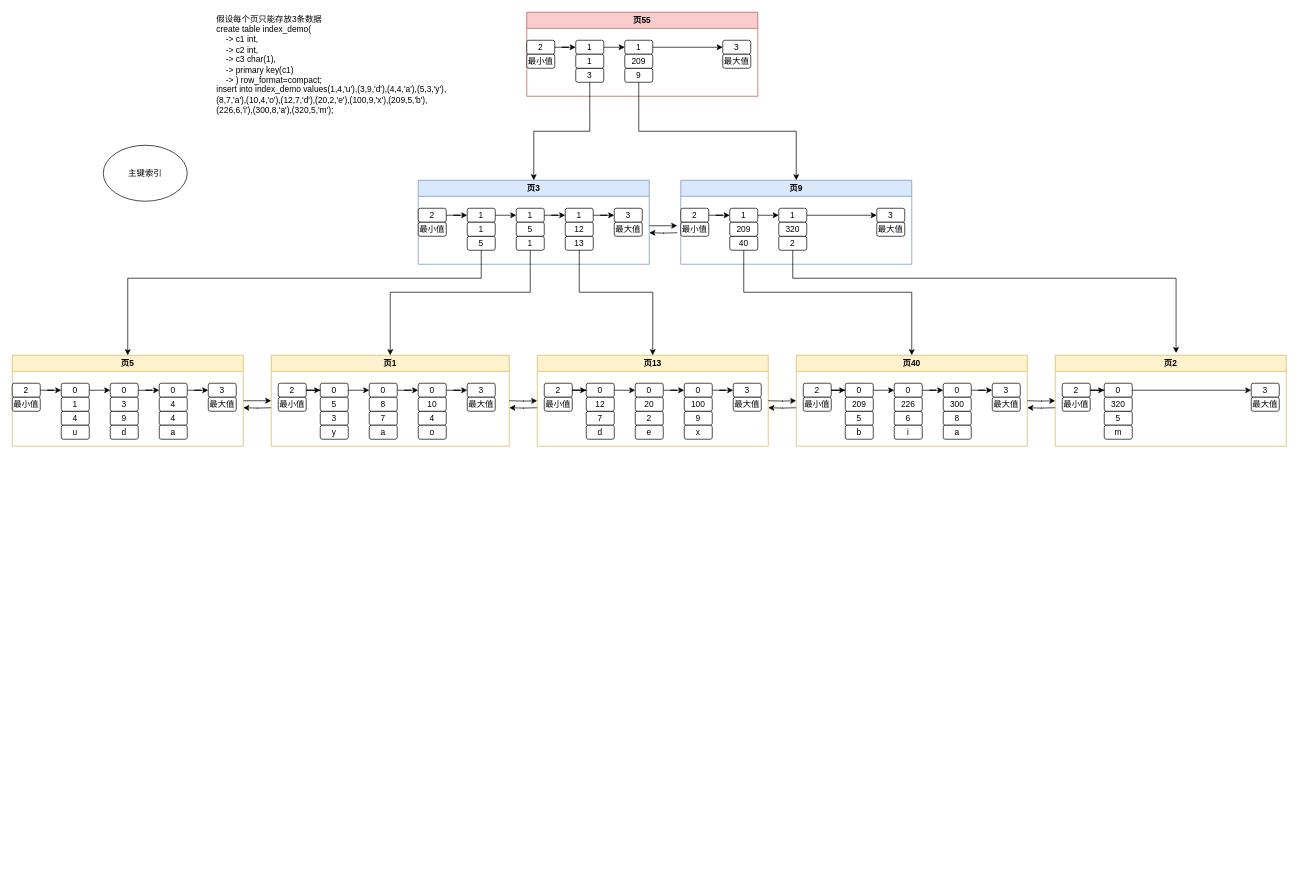
This is pagerelation.drawio from wqfgithub/drawio, a draw.io file, before an edit. Source tidied: cells renumbered, new cells numbered last; positions are measured from the earlier drawing's top-left corner, leaving out a move shared by most shapes. Both pictures are drawn from the tidied source at 70%, with x=0, y=0 at pixel (12, 12).
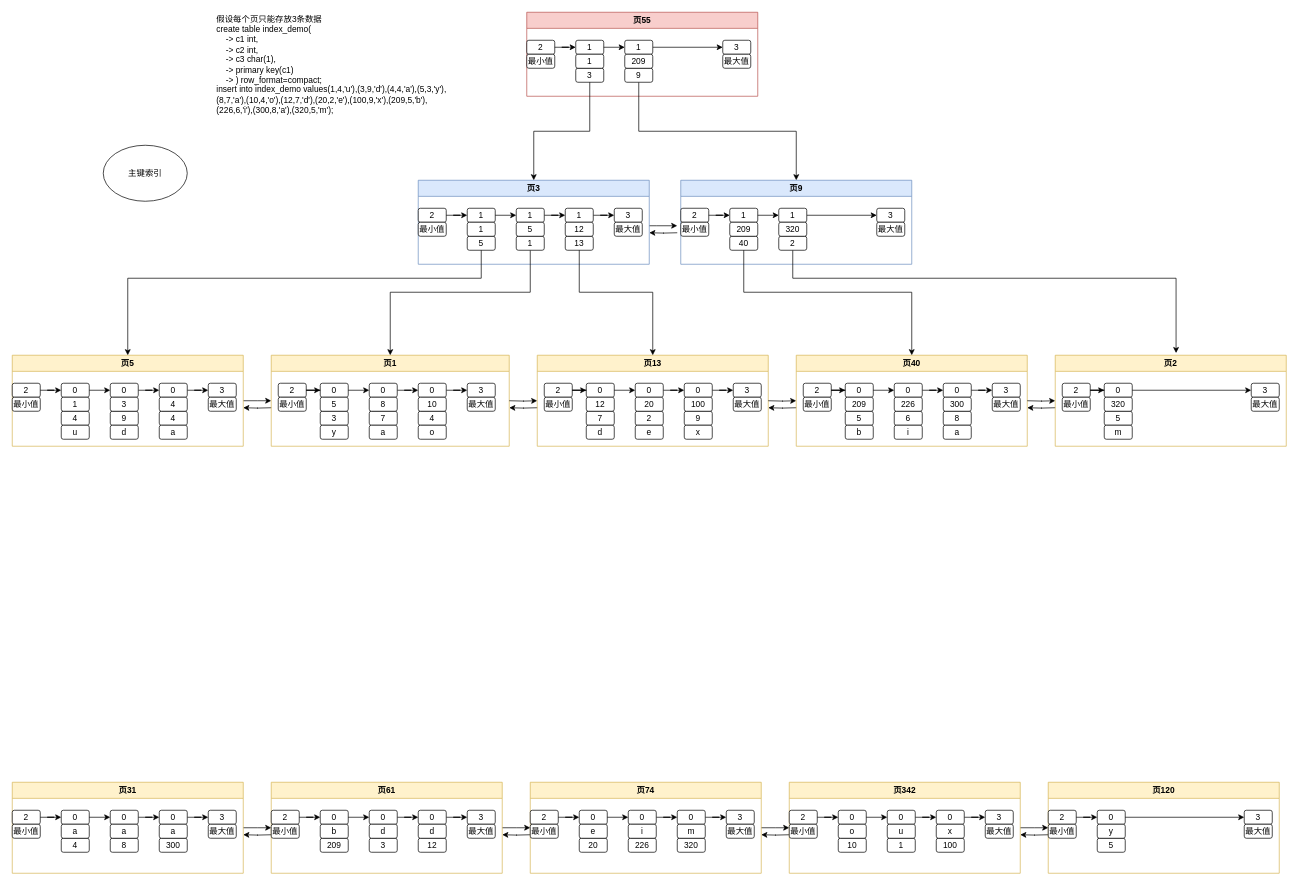
After the change.

The edit, as a diff of the source:
```diff
@@
+    <mxCell id="162" style="edgeStyle=orthogonalEdgeStyle;rounded=0;jettySize=auto;html=1;" parent="1" edge="1" source="163">
+      <mxGeometry relative="1" as="geometry">
+        <mxPoint x="370" y="1165" as="targetPoint" />
+      </mxGeometry>
+    </mxCell>
+    <mxCell id="163" value="页31" style="swimlane;fillColor=#fff2cc;strokeColor=#d6b656;" parent="1" vertex="1">
+      <mxGeometry y="1100" width="330" height="130" as="geometry" />
+    </mxCell>
+    <mxCell id="164" value="0" style="rounded=1;whiteSpace=wrap;html=1;" parent="163" vertex="1">
+      <mxGeometry x="70" y="40" width="40" height="20" as="geometry" />
+    </mxCell>
+    <mxCell id="165" value="4" style="rounded=1;whiteSpace=wrap;html=1;" parent="163" vertex="1">
+      <mxGeometry x="70" y="80" width="40" height="20" as="geometry" />
+    </mxCell>
+    <mxCell id="166" style="edgeStyle=orthogonalEdgeStyle;rounded=0;jettySize=auto;html=1;" parent="163" edge="1" source="167" target="170">
+      <mxGeometry relative="1" as="geometry" />
+    </mxCell>
+    <mxCell id="167" value="0" style="rounded=1;whiteSpace=wrap;html=1;" parent="163" vertex="1">
+      <mxGeometry x="210" y="40" width="40" height="20" as="geometry" />
+    </mxCell>
+    <mxCell id="168" value="300" style="rounded=1;whiteSpace=wrap;html=1;" parent="163" vertex="1">
+      <mxGeometry x="210" y="80" width="40" height="20" as="geometry" />
+    </mxCell>
+    <mxCell id="169" value="a" style="rounded=1;whiteSpace=wrap;html=1;" parent="163" vertex="1">
+      <mxGeometry x="210" y="60" width="40" height="20" as="geometry" />
+    </mxCell>
+    <mxCell id="170" value="3" style="rounded=1;whiteSpace=wrap;html=1;" parent="163" vertex="1">
+      <mxGeometry x="280" y="40" width="40" height="20" as="geometry" />
+    </mxCell>
+    <mxCell id="171" value="2" style="rounded=1;whiteSpace=wrap;html=1;" parent="163" vertex="1">
+      <mxGeometry y="40" width="40" height="20" as="geometry" />
+    </mxCell>
+    <mxCell id="172" style="edgeStyle=orthogonalEdgeStyle;rounded=0;jettySize=auto;html=1;entryX=0;entryY=0.5;entryDx=0;entryDy=0;" parent="163" edge="1" source="171" target="164">
+      <mxGeometry relative="1" as="geometry" />
+    </mxCell>
+    <mxCell id="173" value="最小值" style="rounded=1;whiteSpace=wrap;html=1;" parent="163" vertex="1">
+      <mxGeometry y="60" width="40" height="20" as="geometry" />
+    </mxCell>
+    <mxCell id="174" value="最大值" style="rounded=1;whiteSpace=wrap;html=1;" parent="163" vertex="1">
+      <mxGeometry x="280" y="60" width="40" height="20" as="geometry" />
+    </mxCell>
+    <mxCell id="175" value="a" style="rounded=1;whiteSpace=wrap;html=1;" parent="1" vertex="1">
+      <mxGeometry x="70" y="1160" width="40" height="20" as="geometry" />
+    </mxCell>
+    <mxCell id="176" style="edgeStyle=orthogonalEdgeStyle;rounded=0;jettySize=auto;html=1;entryX=0;entryY=0.5;entryDx=0;entryDy=0;" parent="1" edge="1" source="177" target="167">
+      <mxGeometry relative="1" as="geometry" />
+    </mxCell>
+    <mxCell id="177" value="0" style="rounded=1;whiteSpace=wrap;html=1;" parent="1" vertex="1">
+      <mxGeometry x="140" y="1140" width="40" height="20" as="geometry" />
+    </mxCell>
+    <mxCell id="178" value="8" style="rounded=1;whiteSpace=wrap;html=1;" parent="1" vertex="1">
+      <mxGeometry x="140" y="1180" width="40" height="20" as="geometry" />
+    </mxCell>
+    <mxCell id="179" value="a" style="rounded=1;whiteSpace=wrap;html=1;" parent="1" vertex="1">
+      <mxGeometry x="140" y="1160" width="40" height="20" as="geometry" />
+    </mxCell>
+    <mxCell id="180" style="edgeStyle=orthogonalEdgeStyle;rounded=0;jettySize=auto;html=1;" parent="1" edge="1" source="164">
+      <mxGeometry relative="1" as="geometry">
+        <mxPoint x="140" y="1150" as="targetPoint" />
+        <Array as="points">
+          <mxPoint x="140" y="1150" />
+        </Array>
+      </mxGeometry>
+    </mxCell>
+    <mxCell id="181" style="edgeStyle=orthogonalEdgeStyle;rounded=0;orthogonalLoop=1;jettySize=auto;html=1;" parent="1" edge="1">
+      <mxGeometry relative="1" as="geometry">
+        <mxPoint x="370" y="1175" as="sourcePoint" />
+        <mxPoint x="330" y="1175" as="targetPoint" />
+      </mxGeometry>
+    </mxCell>
+    <mxCell id="182" style="edgeStyle=orthogonalEdgeStyle;rounded=0;jettySize=auto;html=1;" parent="1" edge="1" source="183">
+      <mxGeometry relative="1" as="geometry">
+        <mxPoint x="740" y="1165" as="targetPoint" />
+      </mxGeometry>
+    </mxCell>
+    <mxCell id="183" value="页61" style="swimlane;fillColor=#fff2cc;strokeColor=#d6b656;" parent="1" vertex="1">
+      <mxGeometry x="370" y="1100" width="330" height="130" as="geometry" />
+    </mxCell>
+    <mxCell id="184" value="0" style="rounded=1;whiteSpace=wrap;html=1;" parent="183" vertex="1">
+      <mxGeometry x="70" y="40" width="40" height="20" as="geometry" />
+    </mxCell>
+    <mxCell id="185" value="209" style="rounded=1;whiteSpace=wrap;html=1;" parent="183" vertex="1">
+      <mxGeometry x="70" y="80" width="40" height="20" as="geometry" />
+    </mxCell>
+    <mxCell id="186" style="edgeStyle=orthogonalEdgeStyle;rounded=0;jettySize=auto;html=1;" parent="183" edge="1" source="187" target="190">
+      <mxGeometry relative="1" as="geometry" />
+    </mxCell>
+    <mxCell id="187" value="0" style="rounded=1;whiteSpace=wrap;html=1;" parent="183" vertex="1">
+      <mxGeometry x="210" y="40" width="40" height="20" as="geometry" />
+    </mxCell>
+    <mxCell id="188" value="12" style="rounded=1;whiteSpace=wrap;html=1;" parent="183" vertex="1">
+      <mxGeometry x="210" y="80" width="40" height="20" as="geometry" />
+    </mxCell>
+    <mxCell id="189" value="d" style="rounded=1;whiteSpace=wrap;html=1;" parent="183" vertex="1">
+      <mxGeometry x="210" y="60" width="40" height="20" as="geometry" />
+    </mxCell>
+    <mxCell id="190" value="3" style="rounded=1;whiteSpace=wrap;html=1;" parent="183" vertex="1">
+      <mxGeometry x="280" y="40" width="40" height="20" as="geometry" />
+    </mxCell>
+    <mxCell id="191" value="2" style="rounded=1;whiteSpace=wrap;html=1;" parent="183" vertex="1">
+      <mxGeometry y="40" width="40" height="20" as="geometry" />
+    </mxCell>
+    <mxCell id="192" style="edgeStyle=orthogonalEdgeStyle;rounded=0;jettySize=auto;html=1;entryX=0;entryY=0.5;entryDx=0;entryDy=0;" parent="183" edge="1" source="191" target="184">
+      <mxGeometry relative="1" as="geometry" />
+    </mxCell>
+    <mxCell id="193" value="最小值" style="rounded=1;whiteSpace=wrap;html=1;" parent="183" vertex="1">
+      <mxGeometry y="60" width="40" height="20" as="geometry" />
+    </mxCell>
+    <mxCell id="194" value="最大值" style="rounded=1;whiteSpace=wrap;html=1;" parent="183" vertex="1">
+      <mxGeometry x="280" y="60" width="40" height="20" as="geometry" />
+    </mxCell>
+    <mxCell id="195" value="b" style="rounded=1;whiteSpace=wrap;html=1;" parent="1" vertex="1">
+      <mxGeometry x="440" y="1160" width="40" height="20" as="geometry" />
+    </mxCell>
+    <mxCell id="196" style="edgeStyle=orthogonalEdgeStyle;rounded=0;jettySize=auto;html=1;entryX=0;entryY=0.5;entryDx=0;entryDy=0;" parent="1" edge="1" source="197" target="187">
+      <mxGeometry relative="1" as="geometry" />
+    </mxCell>
+    <mxCell id="197" value="0" style="rounded=1;whiteSpace=wrap;html=1;" parent="1" vertex="1">
+      <mxGeometry x="510" y="1140" width="40" height="20" as="geometry" />
+    </mxCell>
+    <mxCell id="198" value="3" style="rounded=1;whiteSpace=wrap;html=1;" parent="1" vertex="1">
+      <mxGeometry x="510" y="1180" width="40" height="20" as="geometry" />
+    </mxCell>
+    <mxCell id="199" value="d" style="rounded=1;whiteSpace=wrap;html=1;" parent="1" vertex="1">
+      <mxGeometry x="510" y="1160" width="40" height="20" as="geometry" />
+    </mxCell>
+    <mxCell id="200" style="edgeStyle=orthogonalEdgeStyle;rounded=0;jettySize=auto;html=1;" parent="1" edge="1" source="184">
+      <mxGeometry relative="1" as="geometry">
+        <mxPoint x="510" y="1150" as="targetPoint" />
+        <Array as="points">
+          <mxPoint x="510" y="1150" />
+        </Array>
+      </mxGeometry>
+    </mxCell>
+    <mxCell id="201" style="edgeStyle=orthogonalEdgeStyle;rounded=0;orthogonalLoop=1;jettySize=auto;html=1;" parent="1" edge="1">
+      <mxGeometry relative="1" as="geometry">
+        <mxPoint x="740" y="1175" as="sourcePoint" />
+        <mxPoint x="700" y="1175" as="targetPoint" />
+      </mxGeometry>
+    </mxCell>
+    <mxCell id="202" style="edgeStyle=orthogonalEdgeStyle;rounded=0;jettySize=auto;html=1;" parent="1" edge="1" source="203">
+      <mxGeometry relative="1" as="geometry">
+        <mxPoint x="1110" y="1165" as="targetPoint" />
+      </mxGeometry>
+    </mxCell>
+    <mxCell id="203" value="页74" style="swimlane;fillColor=#fff2cc;strokeColor=#d6b656;" parent="1" vertex="1">
+      <mxGeometry x="740" y="1100" width="330" height="130" as="geometry" />
+    </mxCell>
+    <mxCell id="204" value="0" style="rounded=1;whiteSpace=wrap;html=1;" parent="203" vertex="1">
+      <mxGeometry x="70" y="40" width="40" height="20" as="geometry" />
+    </mxCell>
+    <mxCell id="205" value="20" style="rounded=1;whiteSpace=wrap;html=1;" parent="203" vertex="1">
+      <mxGeometry x="70" y="80" width="40" height="20" as="geometry" />
+    </mxCell>
+    <mxCell id="206" style="edgeStyle=orthogonalEdgeStyle;rounded=0;jettySize=auto;html=1;" parent="203" edge="1" source="207" target="210">
+      <mxGeometry relative="1" as="geometry" />
+    </mxCell>
+    <mxCell id="207" value="0" style="rounded=1;whiteSpace=wrap;html=1;" parent="203" vertex="1">
+      <mxGeometry x="210" y="40" width="40" height="20" as="geometry" />
+    </mxCell>
+    <mxCell id="208" value="320" style="rounded=1;whiteSpace=wrap;html=1;" parent="203" vertex="1">
+      <mxGeometry x="210" y="80" width="40" height="20" as="geometry" />
+    </mxCell>
+    <mxCell id="209" value="m" style="rounded=1;whiteSpace=wrap;html=1;" parent="203" vertex="1">
+      <mxGeometry x="210" y="60" width="40" height="20" as="geometry" />
+    </mxCell>
+    <mxCell id="210" value="3" style="rounded=1;whiteSpace=wrap;html=1;" parent="203" vertex="1">
+      <mxGeometry x="280" y="40" width="40" height="20" as="geometry" />
+    </mxCell>
+    <mxCell id="211" value="2" style="rounded=1;whiteSpace=wrap;html=1;" parent="203" vertex="1">
+      <mxGeometry y="40" width="40" height="20" as="geometry" />
+    </mxCell>
+    <mxCell id="212" style="edgeStyle=orthogonalEdgeStyle;rounded=0;jettySize=auto;html=1;entryX=0;entryY=0.5;entryDx=0;entryDy=0;" parent="203" edge="1" source="211" target="204">
+      <mxGeometry relative="1" as="geometry" />
+    </mxCell>
+    <mxCell id="213" value="最小值" style="rounded=1;whiteSpace=wrap;html=1;" parent="203" vertex="1">
+      <mxGeometry y="60" width="40" height="20" as="geometry" />
+    </mxCell>
+    <mxCell id="214" value="最大值" style="rounded=1;whiteSpace=wrap;html=1;" parent="203" vertex="1">
+      <mxGeometry x="280" y="60" width="40" height="20" as="geometry" />
+    </mxCell>
+    <mxCell id="215" value="e" style="rounded=1;whiteSpace=wrap;html=1;" parent="1" vertex="1">
+      <mxGeometry x="810" y="1160" width="40" height="20" as="geometry" />
+    </mxCell>
+    <mxCell id="216" style="edgeStyle=orthogonalEdgeStyle;rounded=0;jettySize=auto;html=1;entryX=0;entryY=0.5;entryDx=0;entryDy=0;" parent="1" edge="1" source="217" target="207">
+      <mxGeometry relative="1" as="geometry" />
+    </mxCell>
+    <mxCell id="217" value="0" style="rounded=1;whiteSpace=wrap;html=1;" parent="1" vertex="1">
+      <mxGeometry x="880" y="1140" width="40" height="20" as="geometry" />
+    </mxCell>
+    <mxCell id="218" value="226" style="rounded=1;whiteSpace=wrap;html=1;" parent="1" vertex="1">
+      <mxGeometry x="880" y="1180" width="40" height="20" as="geometry" />
+    </mxCell>
+    <mxCell id="219" value="i" style="rounded=1;whiteSpace=wrap;html=1;" parent="1" vertex="1">
+      <mxGeometry x="880" y="1160" width="40" height="20" as="geometry" />
+    </mxCell>
+    <mxCell id="220" style="edgeStyle=orthogonalEdgeStyle;rounded=0;jettySize=auto;html=1;" parent="1" edge="1" source="204">
+      <mxGeometry relative="1" as="geometry">
+        <mxPoint x="880" y="1150" as="targetPoint" />
+        <Array as="points">
+          <mxPoint x="880" y="1150" />
+        </Array>
+      </mxGeometry>
+    </mxCell>
+    <mxCell id="221" style="edgeStyle=orthogonalEdgeStyle;rounded=0;orthogonalLoop=1;jettySize=auto;html=1;" parent="1" edge="1">
+      <mxGeometry relative="1" as="geometry">
+        <mxPoint x="1110" y="1175" as="sourcePoint" />
+        <mxPoint x="1070" y="1175" as="targetPoint" />
+      </mxGeometry>
+    </mxCell>
+    <mxCell id="222" style="edgeStyle=orthogonalEdgeStyle;rounded=0;jettySize=auto;html=1;" parent="1" edge="1" source="223">
+      <mxGeometry relative="1" as="geometry">
+        <mxPoint x="1480" y="1165" as="targetPoint" />
+      </mxGeometry>
+    </mxCell>
+    <mxCell id="223" value="页342" style="swimlane;fillColor=#fff2cc;strokeColor=#d6b656;" parent="1" vertex="1">
+      <mxGeometry x="1110" y="1100" width="330" height="130" as="geometry" />
+    </mxCell>
+    <mxCell id="224" value="0" style="rounded=1;whiteSpace=wrap;html=1;" parent="223" vertex="1">
+      <mxGeometry x="70" y="40" width="40" height="20" as="geometry" />
+    </mxCell>
+    <mxCell id="225" value="10" style="rounded=1;whiteSpace=wrap;html=1;" parent="223" vertex="1">
+      <mxGeometry x="70" y="80" width="40" height="20" as="geometry" />
+    </mxCell>
+    <mxCell id="226" style="edgeStyle=orthogonalEdgeStyle;rounded=0;jettySize=auto;html=1;" parent="223" edge="1" source="227" target="230">
+      <mxGeometry relative="1" as="geometry" />
+    </mxCell>
+    <mxCell id="227" value="0" style="rounded=1;whiteSpace=wrap;html=1;" parent="223" vertex="1">
+      <mxGeometry x="210" y="40" width="40" height="20" as="geometry" />
+    </mxCell>
+    <mxCell id="228" value="100" style="rounded=1;whiteSpace=wrap;html=1;" parent="223" vertex="1">
+      <mxGeometry x="210" y="80" width="40" height="20" as="geometry" />
+    </mxCell>
+    <mxCell id="229" value="x" style="rounded=1;whiteSpace=wrap;html=1;" parent="223" vertex="1">
+      <mxGeometry x="210" y="60" width="40" height="20" as="geometry" />
+    </mxCell>
+    <mxCell id="230" value="3" style="rounded=1;whiteSpace=wrap;html=1;" parent="223" vertex="1">
+      <mxGeometry x="280" y="40" width="40" height="20" as="geometry" />
+    </mxCell>
+    <mxCell id="231" value="2" style="rounded=1;whiteSpace=wrap;html=1;" parent="223" vertex="1">
+      <mxGeometry y="40" width="40" height="20" as="geometry" />
+    </mxCell>
+    <mxCell id="232" style="edgeStyle=orthogonalEdgeStyle;rounded=0;jettySize=auto;html=1;entryX=0;entryY=0.5;entryDx=0;entryDy=0;" parent="223" edge="1" source="231" target="224">
+      <mxGeometry relative="1" as="geometry" />
+    </mxCell>
+    <mxCell id="233" value="最小值" style="rounded=1;whiteSpace=wrap;html=1;" parent="223" vertex="1">
+      <mxGeometry y="60" width="40" height="20" as="geometry" />
+    </mxCell>
+    <mxCell id="234" value="最大值" style="rounded=1;whiteSpace=wrap;html=1;" parent="223" vertex="1">
+      <mxGeometry x="280" y="60" width="40" height="20" as="geometry" />
+    </mxCell>
+    <mxCell id="235" value="o" style="rounded=1;whiteSpace=wrap;html=1;" parent="1" vertex="1">
+      <mxGeometry x="1180" y="1160" width="40" height="20" as="geometry" />
+    </mxCell>
+    <mxCell id="236" style="edgeStyle=orthogonalEdgeStyle;rounded=0;jettySize=auto;html=1;entryX=0;entryY=0.5;entryDx=0;entryDy=0;" parent="1" edge="1" source="237" target="227">
+      <mxGeometry relative="1" as="geometry" />
+    </mxCell>
+    <mxCell id="237" value="0" style="rounded=1;whiteSpace=wrap;html=1;" parent="1" vertex="1">
+      <mxGeometry x="1250" y="1140" width="40" height="20" as="geometry" />
+    </mxCell>
+    <mxCell id="238" value="1" style="rounded=1;whiteSpace=wrap;html=1;" parent="1" vertex="1">
+      <mxGeometry x="1250" y="1180" width="40" height="20" as="geometry" />
+    </mxCell>
+    <mxCell id="239" value="u" style="rounded=1;whiteSpace=wrap;html=1;" parent="1" vertex="1">
+      <mxGeometry x="1250" y="1160" width="40" height="20" as="geometry" />
+    </mxCell>
+    <mxCell id="240" style="edgeStyle=orthogonalEdgeStyle;rounded=0;jettySize=auto;html=1;" parent="1" edge="1" source="224">
+      <mxGeometry relative="1" as="geometry">
+        <mxPoint x="1250" y="1150" as="targetPoint" />
+        <Array as="points">
+          <mxPoint x="1250" y="1150" />
+        </Array>
+      </mxGeometry>
+    </mxCell>
+    <mxCell id="241" style="edgeStyle=orthogonalEdgeStyle;rounded=0;orthogonalLoop=1;jettySize=auto;html=1;" parent="1" edge="1">
+      <mxGeometry relative="1" as="geometry">
+        <mxPoint x="1480" y="1175" as="sourcePoint" />
+        <mxPoint x="1440" y="1175" as="targetPoint" />
+      </mxGeometry>
+    </mxCell>
+    <mxCell id="242" value="页120" style="swimlane;fillColor=#fff2cc;strokeColor=#d6b656;" parent="1" vertex="1">
+      <mxGeometry x="1480" y="1100" width="330" height="130" as="geometry" />
+    </mxCell>
+    <mxCell id="243" value="0" style="rounded=1;whiteSpace=wrap;html=1;" parent="242" vertex="1">
+      <mxGeometry x="70" y="40" width="40" height="20" as="geometry" />
+    </mxCell>
+    <mxCell id="244" value="5" style="rounded=1;whiteSpace=wrap;html=1;" parent="242" vertex="1">
+      <mxGeometry x="70" y="80" width="40" height="20" as="geometry" />
+    </mxCell>
+    <mxCell id="245" value="3" style="rounded=1;whiteSpace=wrap;html=1;" parent="242" vertex="1">
+      <mxGeometry x="280" y="40" width="40" height="20" as="geometry" />
+    </mxCell>
+    <mxCell id="246" value="2" style="rounded=1;whiteSpace=wrap;html=1;" parent="242" vertex="1">
+      <mxGeometry y="40" width="40" height="20" as="geometry" />
+    </mxCell>
+    <mxCell id="247" style="edgeStyle=orthogonalEdgeStyle;rounded=0;jettySize=auto;html=1;entryX=0;entryY=0.5;entryDx=0;entryDy=0;" parent="242" edge="1" source="246" target="243">
+      <mxGeometry relative="1" as="geometry" />
+    </mxCell>
+    <mxCell id="248" value="最小值" style="rounded=1;whiteSpace=wrap;html=1;" parent="242" vertex="1">
+      <mxGeometry y="60" width="40" height="20" as="geometry" />
+    </mxCell>
+    <mxCell id="249" value="最大值" style="rounded=1;whiteSpace=wrap;html=1;" parent="242" vertex="1">
+      <mxGeometry x="280" y="60" width="40" height="20" as="geometry" />
+    </mxCell>
+    <mxCell id="250" style="edgeStyle=orthogonalEdgeStyle;rounded=0;jettySize=auto;html=1;entryX=0;entryY=0.5;entryDx=0;entryDy=0;" parent="242" edge="1" source="243" target="245">
+      <mxGeometry relative="1" as="geometry" />
+    </mxCell>
+    <mxCell id="251" value="y" style="rounded=1;whiteSpace=wrap;html=1;" parent="1" vertex="1">
+      <mxGeometry x="1550" y="1160" width="40" height="20" as="geometry" />
+    </mxCell>
```
